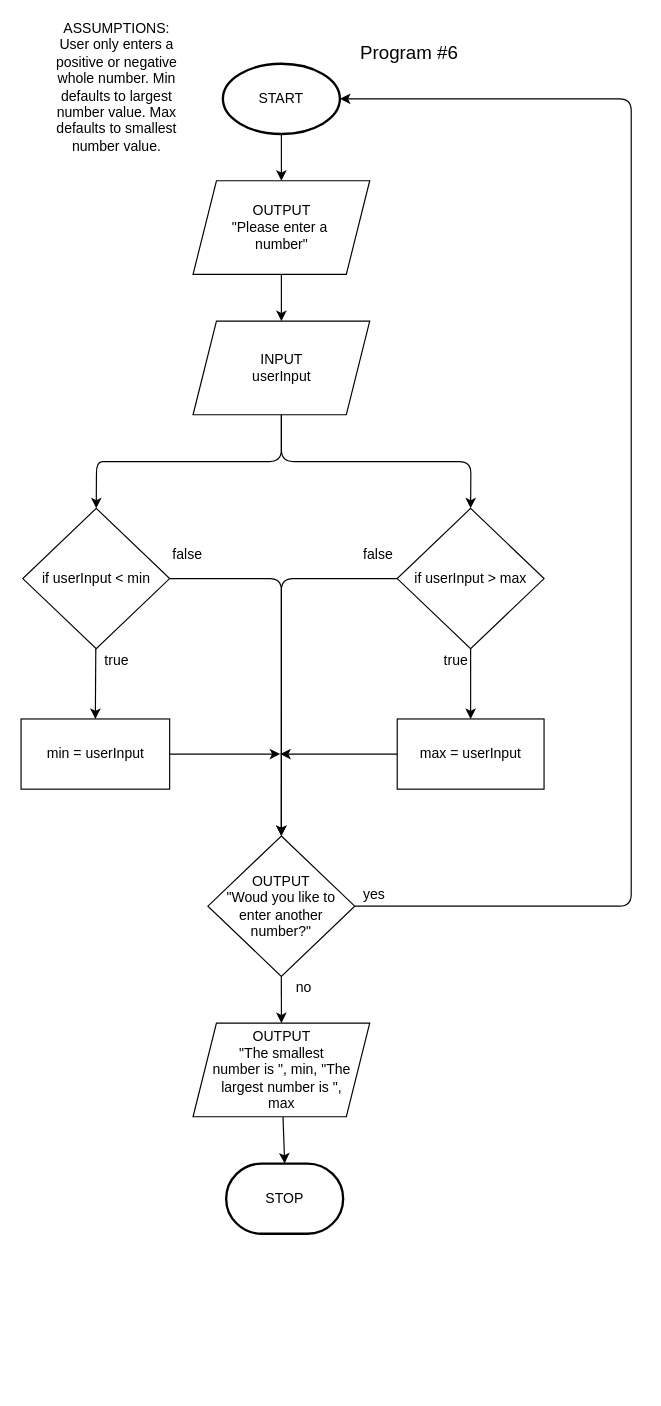
Above: diagrams/assignment-1.drawio in aburke15/documentation (draw.io), before the change. Source tidied: cells renumbered, new cells numbered last; positions are measured from the earlier drawing's top-left corner, leaving out a move shared by most shapes. Both pictures are drawn from the tidied source at 117%, with x=0, y=0 at pixel (20, 28).
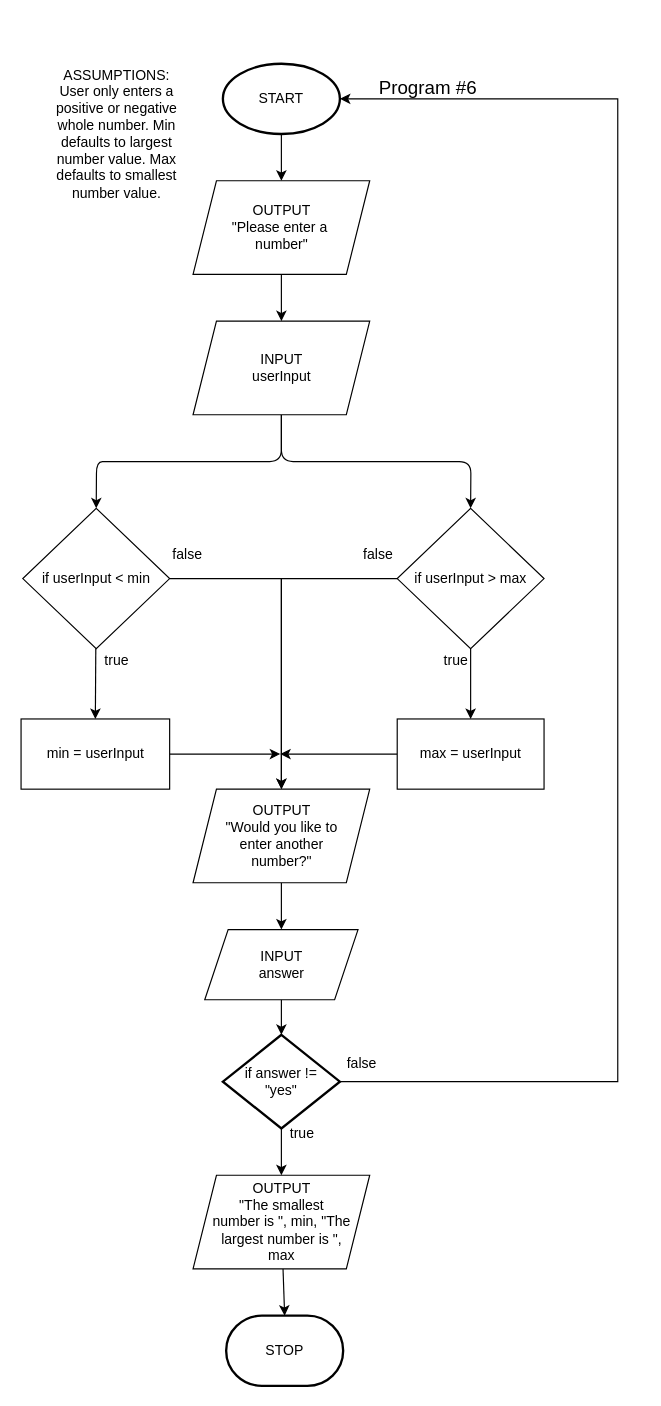
The same diagram, later.

The change refers to these unchanged cells:
```xml
<mxCell id="4" value="START" style="strokeWidth=2;html=1;shape=mxgraph.flowchart.start_1;whiteSpace=wrap;" parent="1" vertex="1">
  <mxGeometry x="173" y="30" width="100" height="60" as="geometry" />
</mxCell>
<mxCell id="13" value="if userInput&amp;nbsp;&amp;lt; min" style="rhombus;whiteSpace=wrap;html=1;" parent="1" vertex="1">
  <mxGeometry x="2" y="410" width="125.5" height="120" as="geometry" />
</mxCell>
<mxCell id="16" value="if userInput&amp;nbsp;&amp;gt; max" style="rhombus;whiteSpace=wrap;html=1;" parent="1" vertex="1">
  <mxGeometry x="322" y="410" width="125.5" height="120" as="geometry" />
</mxCell>
```

Change to the diagram source:
```diff
@@
     <mxCell id="2" value="STOP" style="strokeWidth=2;html=1;shape=mxgraph.flowchart.terminator;whiteSpace=wrap;" parent="1" vertex="1">
-      <mxGeometry x="175.8" y="970" width="100" height="60" as="geometry" />
+      <mxGeometry x="175.8" y="1100" width="100" height="60" as="geometry" />
     </mxCell>
@@
     <mxCell id="5" value="Program #6" style="text;html=1;strokeColor=none;fillColor=none;align=center;verticalAlign=middle;whiteSpace=wrap;rounded=0;fontSize=16;" parent="1" vertex="1">
-      <mxGeometry x="283" width="99" height="40" as="geometry" />
+      <mxGeometry x="298.5" y="30" width="99" height="40" as="geometry" />
     </mxCell>
@@
-    <mxCell id="11" style="edgeStyle=none;html=1;entryX=0.5;entryY=0;entryDx=0;entryDy=0;" parent="1" edge="1" source="13" target="19">
-      <mxGeometry relative="1" as="geometry">
-        <Array as="points">
-          <mxPoint x="223" y="470" />
-        </Array>
-      </mxGeometry>
-    </mxCell>
@@
+    <mxCell id="33" style="edgeStyle=orthogonalEdgeStyle;rounded=0;jettySize=auto;html=1;entryX=0.5;entryY=0;entryDx=0;entryDy=0;" parent="1" edge="1" source="13" target="36">
+      <mxGeometry relative="1" as="geometry" />
+    </mxCell>
@@
-    <mxCell id="14" style="edgeStyle=none;html=1;exitX=0;exitY=0.5;exitDx=0;exitDy=0;entryX=0.5;entryY=0;entryDx=0;entryDy=0;" parent="1" edge="1" source="16" target="19">
-      <mxGeometry relative="1" as="geometry">
-        <Array as="points">
-          <mxPoint x="223" y="470" />
-        </Array>
-      </mxGeometry>
-    </mxCell>
@@
+    <mxCell id="34" style="edgeStyle=orthogonalEdgeStyle;rounded=0;jettySize=auto;html=1;entryX=0.5;entryY=0;entryDx=0;entryDy=0;" parent="1" edge="1" source="16" target="36">
+      <mxGeometry relative="1" as="geometry" />
+    </mxCell>
@@
-    <mxCell id="17" style="edgeStyle=none;html=1;entryX=1;entryY=0.5;entryDx=0;entryDy=0;entryPerimeter=0;" parent="1" edge="1" source="19" target="4">
-      <mxGeometry relative="1" as="geometry">
-        <Array as="points">
-          <mxPoint x="522" y="750" />
-          <mxPoint x="522" y="60" />
-        </Array>
-      </mxGeometry>
-    </mxCell>
-    <mxCell id="18" style="edgeStyle=none;html=1;entryX=0.5;entryY=0;entryDx=0;entryDy=0;" parent="1" edge="1" source="19" target="30">
-      <mxGeometry relative="1" as="geometry" />
-    </mxCell>
-    <mxCell id="19" value="&lt;span&gt;OUTPUT&lt;/span&gt;&lt;br&gt;&lt;span&gt;&quot;Woud you like to&lt;/span&gt;&lt;br&gt;&lt;span&gt;enter another&lt;/span&gt;&lt;br&gt;&lt;span&gt;number?&quot;&lt;/span&gt;" style="rhombus;whiteSpace=wrap;html=1;" parent="1" vertex="1">
-      <mxGeometry x="160.2" y="690" width="125.5" height="120" as="geometry" />
-    </mxCell>
@@
-    <mxCell id="28" value="yes" style="text;html=1;align=center;verticalAlign=middle;strokeColor=none;fillColor=none;" parent="1" vertex="1">
-      <mxGeometry x="287" y="730" width="30" height="20" as="geometry" />
-    </mxCell>
@@
     <mxCell id="30" value="OUTPUT&lt;br&gt;&quot;The smallest &lt;br&gt;number is &quot;, min, &quot;The&lt;br&gt;largest number is &quot;,&lt;br&gt;max" style="shape=parallelogram;perimeter=parallelogramPerimeter;whiteSpace=wrap;html=1;fixedSize=1;" parent="1" vertex="1">
-      <mxGeometry x="147.5" y="850" width="151" height="80" as="geometry" />
+      <mxGeometry x="147.5" y="980" width="151" height="80" as="geometry" />
     </mxCell>
-    <mxCell id="31" value="no" style="text;html=1;align=center;verticalAlign=middle;strokeColor=none;fillColor=none;" parent="1" vertex="1">
-      <mxGeometry x="227" y="810" width="30" height="20" as="geometry" />
-    </mxCell>
     <mxCell id="32" value="ASSUMPTIONS:&lt;br&gt;User only enters a positive or negative whole number. Min defaults to largest number value. Max defaults to smallest number value." style="text;html=1;strokeColor=none;fillColor=none;align=center;verticalAlign=middle;whiteSpace=wrap;rounded=0;" parent="1" vertex="1">
-      <mxGeometry x="16.5" width="131" height="100" as="geometry" />
+      <mxGeometry x="16.5" y="40" width="131" height="100" as="geometry" />
     </mxCell>
+    <mxCell id="35" style="edgeStyle=orthogonalEdgeStyle;rounded=0;jettySize=auto;html=1;entryX=0.5;entryY=0;entryDx=0;entryDy=0;" parent="1" edge="1" source="36" target="41">
+      <mxGeometry relative="1" as="geometry" />
+    </mxCell>
+    <mxCell id="36" value="OUTPUT&lt;br&gt;&quot;Would you like to&lt;br&gt;enter another&lt;br&gt;number?&quot;" style="shape=parallelogram;perimeter=parallelogramPerimeter;whiteSpace=wrap;html=1;fixedSize=1;" parent="1" vertex="1">
+      <mxGeometry x="147.5" y="650" width="151" height="80" as="geometry" />
+    </mxCell>
+    <mxCell id="37" style="edgeStyle=orthogonalEdgeStyle;rounded=0;jettySize=auto;html=1;entryX=0.5;entryY=0;entryDx=0;entryDy=0;" parent="1" edge="1" source="39" target="30">
+      <mxGeometry relative="1" as="geometry" />
+    </mxCell>
+    <mxCell id="38" style="edgeStyle=orthogonalEdgeStyle;rounded=0;jettySize=auto;html=1;entryX=1;entryY=0.5;entryDx=0;entryDy=0;entryPerimeter=0;" parent="1" edge="1" source="39" target="4">
+      <mxGeometry relative="1" as="geometry">
+        <Array as="points">
+          <mxPoint x="510.5" y="900" />
+          <mxPoint x="510.5" y="60" />
+        </Array>
+      </mxGeometry>
+    </mxCell>
+    <mxCell id="39" value="if answer !=&lt;br&gt;&quot;yes&quot;" style="strokeWidth=2;html=1;shape=mxgraph.flowchart.decision;whiteSpace=wrap;" parent="1" vertex="1">
+      <mxGeometry x="173" y="860" width="100" height="80" as="geometry" />
+    </mxCell>
+    <mxCell id="40" style="edgeStyle=orthogonalEdgeStyle;rounded=0;jettySize=auto;html=1;" parent="1" edge="1" source="41" target="39">
+      <mxGeometry relative="1" as="geometry" />
+    </mxCell>
+    <mxCell id="41" value="INPUT&lt;br&gt;answer" style="shape=parallelogram;perimeter=parallelogramPerimeter;whiteSpace=wrap;html=1;fixedSize=1;" parent="1" vertex="1">
+      <mxGeometry x="157.5" y="770" width="131" height="60" as="geometry" />
+    </mxCell>
+    <mxCell id="42" value="true" style="text;html=1;strokeColor=none;fillColor=none;align=center;verticalAlign=middle;whiteSpace=wrap;rounded=0;" parent="1" vertex="1">
+      <mxGeometry x="210.5" y="930" width="60" height="30" as="geometry" />
+    </mxCell>
+    <mxCell id="43" value="false" style="text;html=1;strokeColor=none;fillColor=none;align=center;verticalAlign=middle;whiteSpace=wrap;rounded=0;" parent="1" vertex="1">
+      <mxGeometry x="262" y="870" width="60" height="30" as="geometry" />
+    </mxCell>
```
